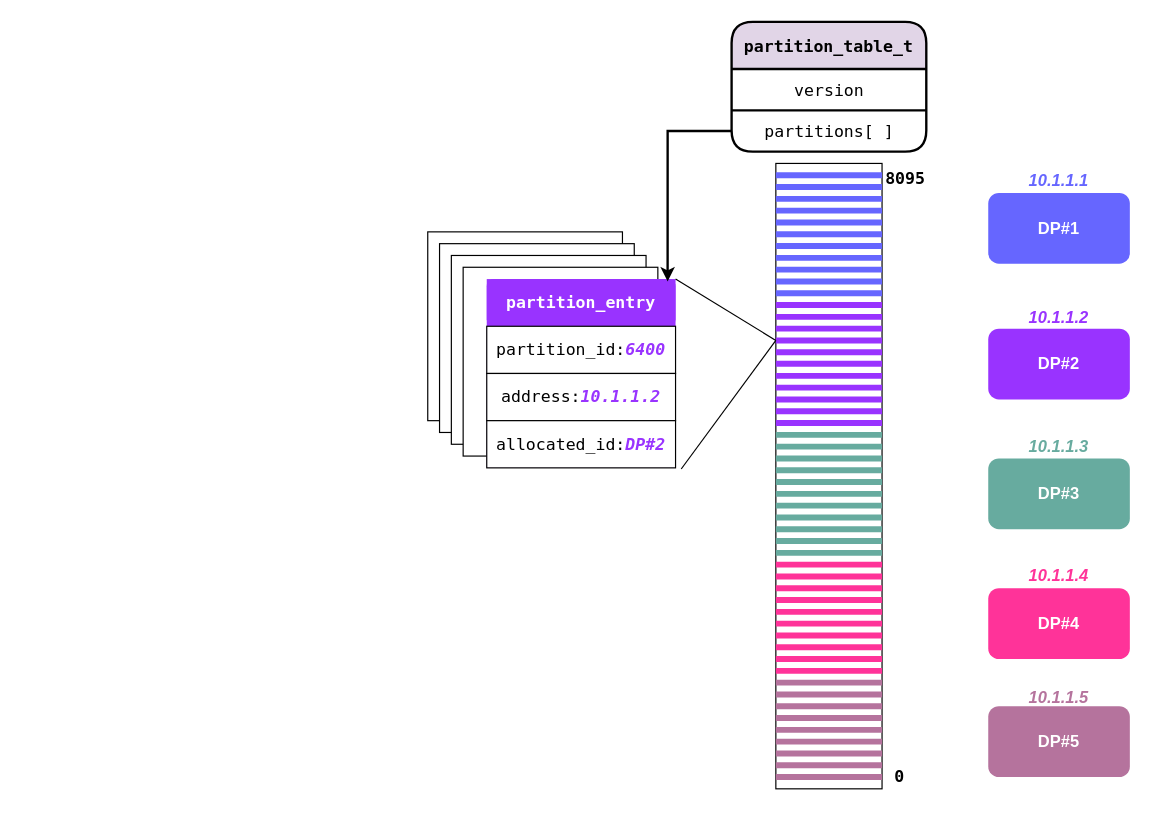
This is page "第 8 页" (8 of 9) of 123.drawio from SunLucc/Test, a draw.io file, before an edit. Source tidied: cells renumbered, new cells numbered last; positions are measured from the earlier drawing's top-left corner, leaving out a move shared by most shapes. Both pictures are drawn from the tidied source at 118%, with x=0, y=0 at pixel (427, 21).
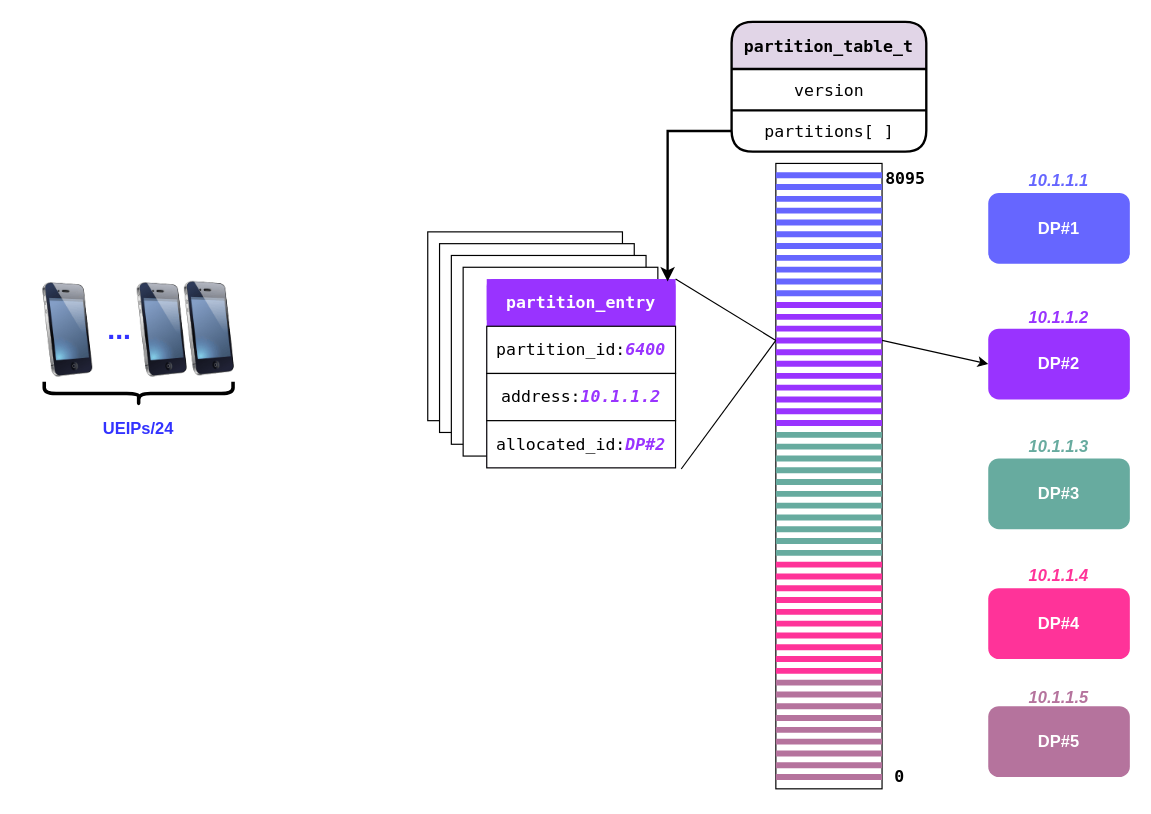
After the change.

Unchanged cells that the change refers to:
```xml
<mxCell id="76" value="&lt;b style=&quot;border-color: var(--border-color); color: rgb(255, 255, 255); font-size: 14px;&quot;&gt;DP#2&lt;/b&gt;" style="rounded=1;whiteSpace=wrap;html=1;fillColor=#9933FF;strokeColor=none;" parent="1" vertex="1">
  <mxGeometry x="475" y="260" width="120" height="60" as="geometry" />
</mxCell>
```

The edit, as a diff of the source:
```diff
@@
+    <mxCell id="85" style="image;html=1;image=img/lib/clip_art/telecommunication/iPhone_128x128.png;" parent="1" vertex="1">
+      <mxGeometry x="-225" y="220" width="80" height="80" as="geometry" />
+    </mxCell>
+    <mxCell id="86" style="image;html=1;image=img/lib/clip_art/telecommunication/iPhone_128x128.png;" parent="1" vertex="1">
+      <mxGeometry x="-265" y="221" width="80" height="80" as="geometry" />
+    </mxCell>
+    <mxCell id="87" style="image;html=1;image=img/lib/clip_art/telecommunication/iPhone_128x128.png;" parent="1" vertex="1">
+      <mxGeometry x="-345" y="221" width="80" height="80" as="geometry" />
+    </mxCell>
+    <mxCell id="88" value="&lt;b&gt;&lt;font style=&quot;font-size: 24px;&quot;&gt;...&lt;/font&gt;&lt;/b&gt;" style="text;html=1;strokeColor=none;fillColor=none;align=center;verticalAlign=middle;whiteSpace=wrap;rounded=0;shadow=0;dashed=0;labelBackgroundColor=none;sketch=0;fillStyle=cross-hatch;fontFamily=Helvetica;fontSize=14;fontColor=#3333FF;" parent="1" vertex="1">
+      <mxGeometry x="-306" y="246" width="90" height="30" as="geometry" />
+    </mxCell>
+    <mxCell id="89" style="shape=curlyBracket;whiteSpace=wrap;html=1;rounded=1;flipH=1;labelPosition=right;verticalLabelPosition=middle;align=left;verticalAlign=middle;rotation=90;strokeWidth=3;" parent="1" vertex="1">
+      <mxGeometry x="-255" y="235" width="20" height="160" as="geometry" />
+    </mxCell>
+    <mxCell id="90" value="&lt;b&gt;UEIPs/24&lt;/b&gt;" style="text;html=1;strokeColor=none;fillColor=none;align=center;verticalAlign=middle;whiteSpace=wrap;rounded=0;shadow=0;dashed=0;labelBackgroundColor=none;sketch=0;fillStyle=cross-hatch;fontFamily=Helvetica;fontSize=14;fontColor=#3333FF;" parent="1" vertex="1">
+      <mxGeometry x="-275" y="330" width="60" height="30" as="geometry" />
+    </mxCell>
+    <mxCell id="91" style="endArrow=classic;html=1;rounded=0;entryX=0;entryY=0.5;entryDx=0;entryDy=0;" parent="1" edge="1" target="76">
+      <mxGeometry relative="1" as="geometry">
+        <mxPoint x="385" y="270" as="sourcePoint" />
+      </mxGeometry>
+    </mxCell>
```
